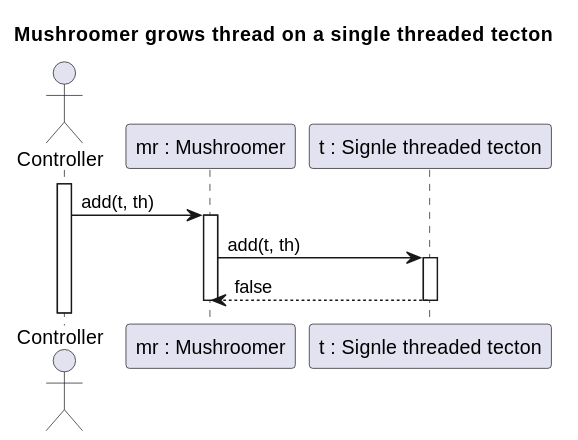
Above: out/5/sequences/growThreadOnSingleThreaded/growThreadOnSingle.svg in Petya-G/fungorium (PlantUML), before the change.
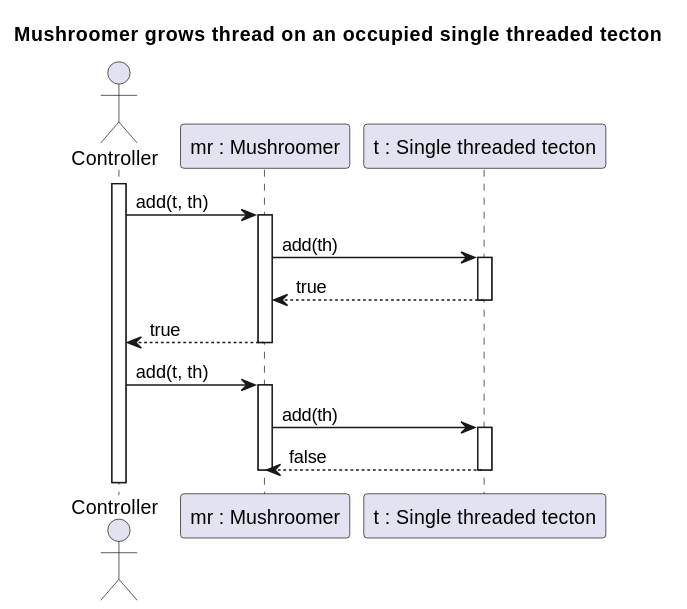
After the change.

Commit message:
grow thread on singleThreaded starts from no thread

Diff of the diagram source:
```diff
@@ -1,15 +1,27 @@
 @startuml
-title Mushroomer grows thread on a single threaded tecton
+title Mushroomer grows thread on an occupied single threaded tecton
 
 actor Controller
 participant "mr : Mushroomer" as MR
-participant "t : Signle threaded tecton" as T
+participant "t : Single threaded tecton" as T
 
 activate Controller
 Controller -> MR : add(t, th)
 activate MR
 
-MR -> T : add(t, th)
+MR -> T : add(th)
+activate T
+
+MR <-- T : true
+deactivate T
+
+Controller <-- MR: true
+deactivate MR
+
+Controller -> MR : add(t, th)
+activate MR
+
+MR -> T : add(th)
 activate T
 
 MR <-- T : false
```
